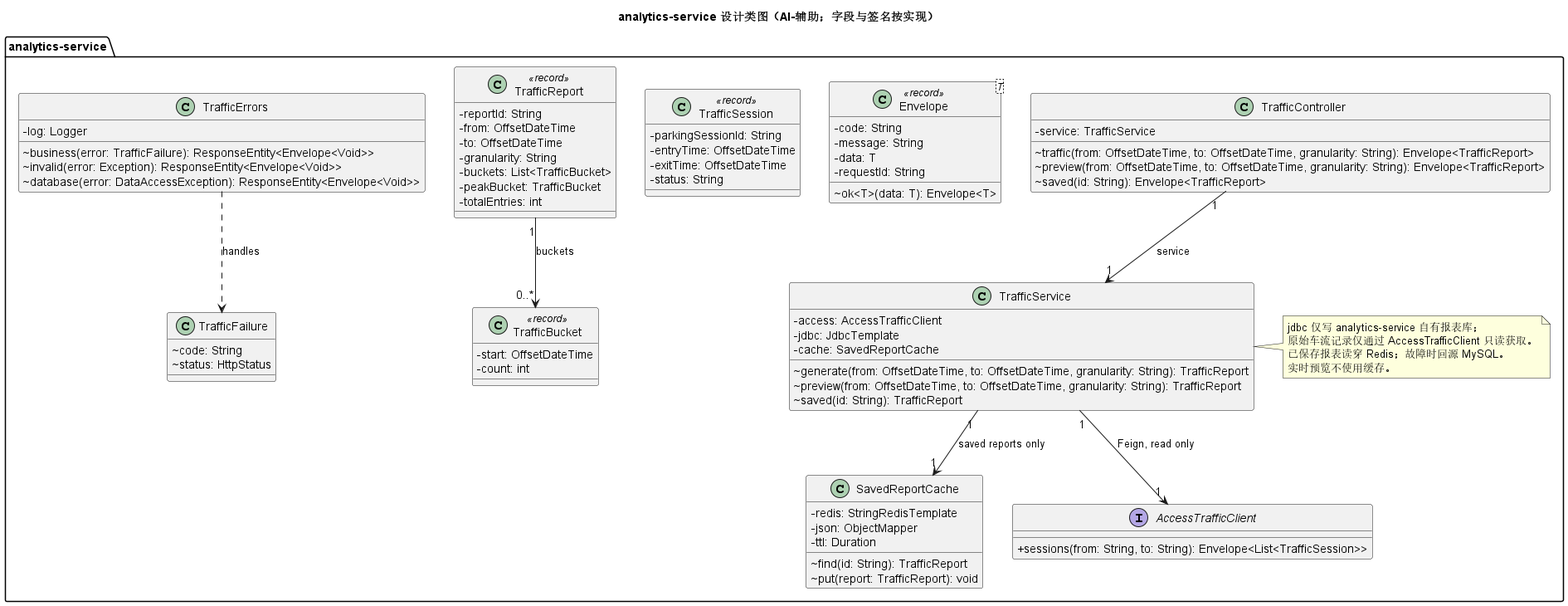
This is models/rendered/15-design-classes_004.png from Gindama713/UMLWORK, a PlantUML export, as it was before one commit.
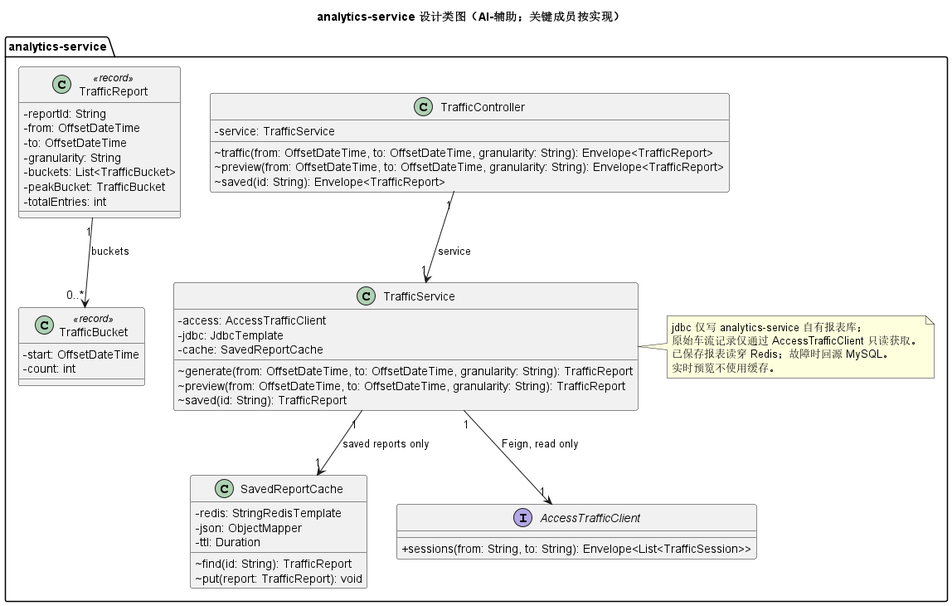
After the change.

Change to the diagram source:
```diff
@@ -1,5 +1,5 @@
 @startuml
-title analytics-service 设计类图（AI-辅助；字段与签名按实现）
+title analytics-service 设计类图（AI-辅助；关键成员按实现）
 skinparam classAttributeIconSize 0
 package "analytics-service" {
   class TrafficController {
@@ -26,19 +26,6 @@
   interface AccessTrafficClient {
     +sessions(from: String, to: String): Envelope<List<TrafficSession>>
   }
-  class "Envelope<T>" as TrafficEnvelope <<record>> {
-    -code: String
-    -message: String
-    -data: T
-    -requestId: String
-    ~ok<T>(data: T): Envelope<T>
-  }
-  class TrafficSession <<record>> {
-    -parkingSessionId: String
-    -entryTime: OffsetDateTime
-    -exitTime: OffsetDateTime
-    -status: String
-  }
   class TrafficBucket <<record>> {
     -start: OffsetDateTime
     -count: int
@@ -52,21 +39,10 @@
     -peakBucket: TrafficBucket
     -totalEntries: int
   }
-  class TrafficFailure {
-    ~code: String
-    ~status: HttpStatus
-  }
-  class TrafficErrors {
-    -log: Logger
-    ~business(error: TrafficFailure): ResponseEntity<Envelope<Void>>
-    ~invalid(error: Exception): ResponseEntity<Envelope<Void>>
-    ~database(error: DataAccessException): ResponseEntity<Envelope<Void>>
-  }
   TrafficController "1" --> "1" TrafficService : service
   TrafficService "1" --> "1" AccessTrafficClient : Feign, read only
   TrafficService "1" --> "1" SavedReportCache : saved reports only
   TrafficReport "1" --> "0..*" TrafficBucket : buckets
-  TrafficErrors ..> TrafficFailure : handles
   note right of TrafficService
     jdbc 仅写 analytics-service 自有报表库；
     原始车流记录仅通过 AccessTrafficClient 只读获取。
```
